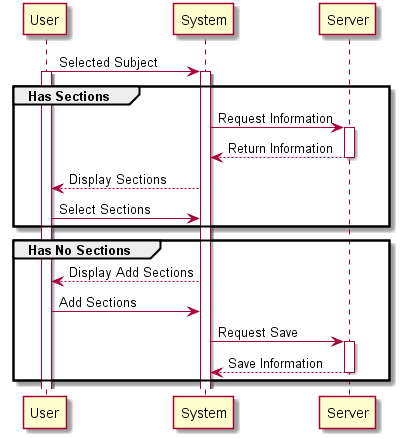
ultiferrago/ElStudioGato keeps this PlantUML diagram as app/UML/SSD/SSDSection.png. Above is the earlier version. Its source is kept beside it as app/UML/SSD/SSDSection.puml.
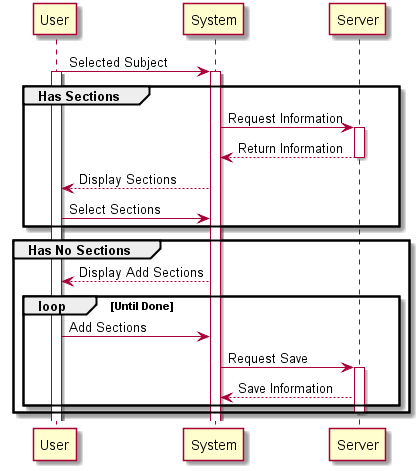
After the change.

Commit message:
Added SSD and Usecase

Change to the diagram source:
```diff
@@ -13,10 +13,12 @@
 
 group Has No Sections
 System --> User : Display Add Sections
+loop Until Done
 User -> System : Add Sections
 System -> Server : Request Save
 activate Server
 Server --> System: Save Information
+end
 deactivate Server
 end
 
```
